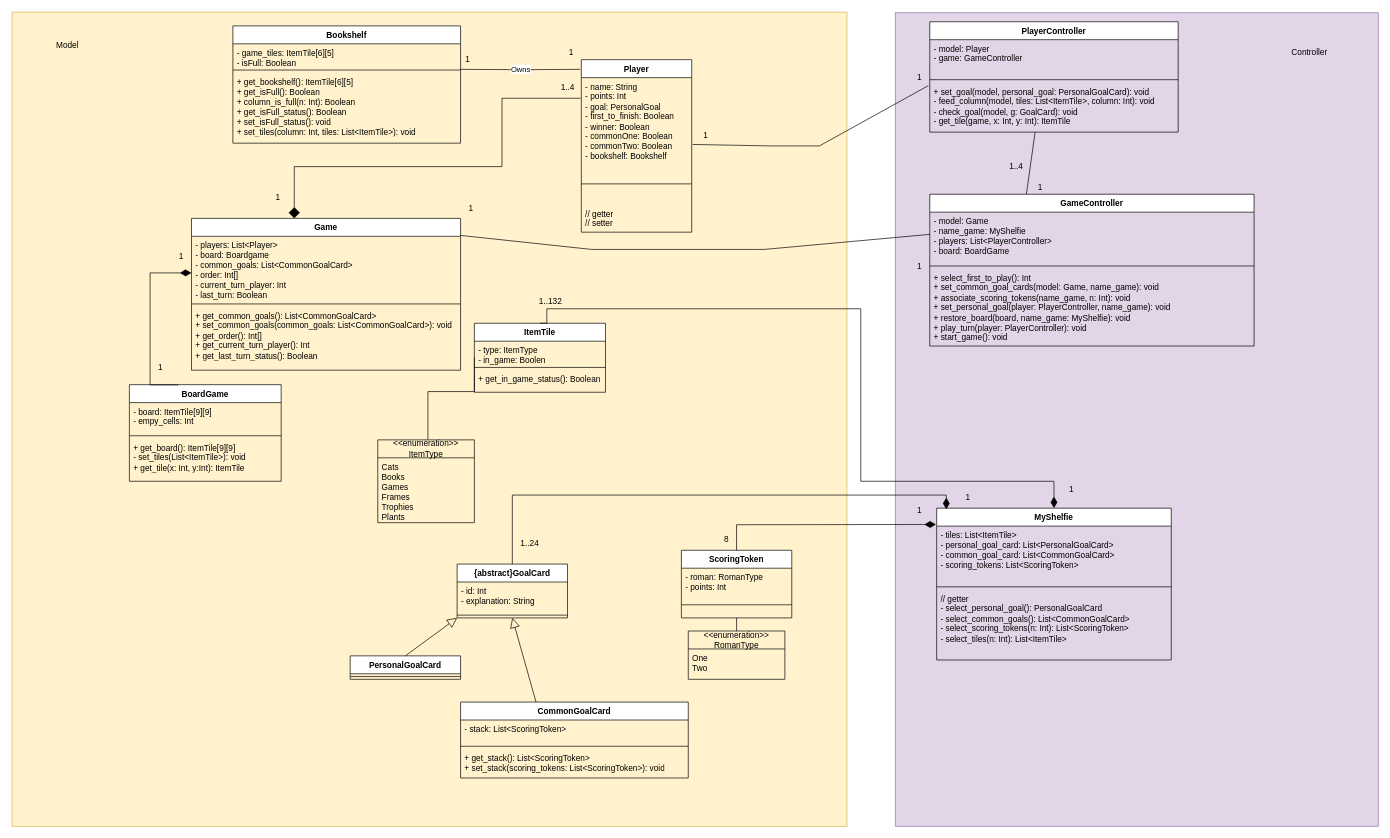
Earlier version of the draw.io diagram deliverable/classdiagram.drawio (andbna10/ing-sw-2023-Gentile-Gangi-Grandi-Isgro). Source tidied: cells renumbered, new cells numbered last; positions are measured from the earlier drawing's top-left corner, leaving out a move shared by most shapes. Both pictures are drawn from the tidied source at 69%, with x=0, y=0 at pixel (12, 12).
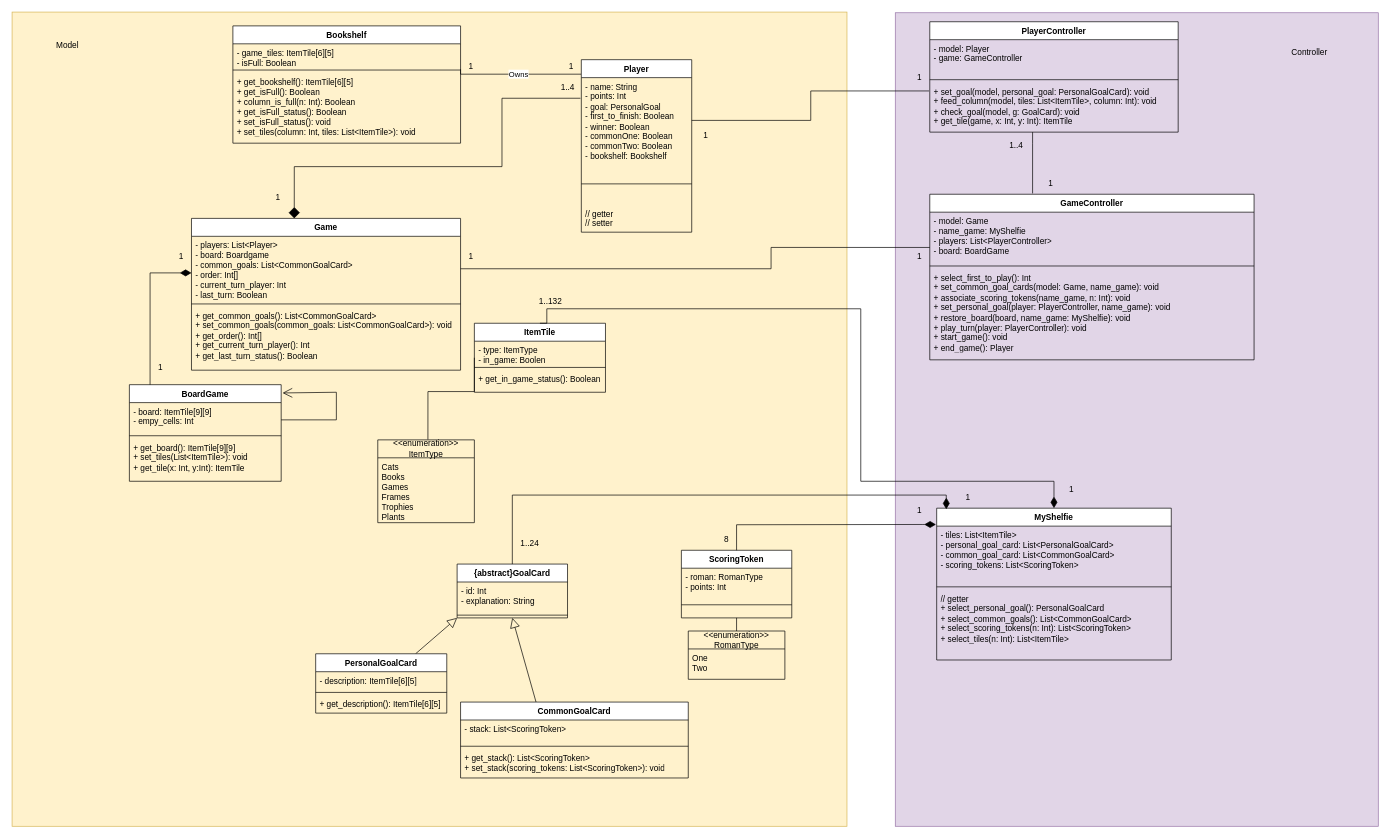
Above is the later version.

Commit message (it also covers changes not shown here):
"classdiagram" and "spiegazione_classdiagram" updated

Unchanged cells that the change refers to:
```xml
<mxCell id="5" value="- model: Game&lt;br&gt;-&amp;nbsp;name_game: MyShelfie&lt;br&gt;- players: List&amp;lt;PlayerController&amp;gt;&lt;br&gt;- board: BoardGame" style="text;strokeColor=none;fillColor=none;align=left;verticalAlign=top;spacingLeft=4;spacingRight=4;overflow=hidden;points=[[0,0.5],[1,0.5]];portConstraint=eastwest;whiteSpace=wrap;html=1;" parent="4" vertex="1">
  <mxGeometry y="26" width="470" height="74" as="geometry" />
</mxCell>
<mxCell id="8" value="PlayerController" style="swimlane;fontStyle=1;align=center;verticalAlign=top;horizontal=1;startSize=26;whiteSpace=wrap;html=1;" parent="1" vertex="1">
  <mxGeometry x="1330" y="14" width="360" height="160" as="geometry" />
</mxCell>
<mxCell id="12" value="BoardGame" style="swimlane;fontStyle=1;align=center;verticalAlign=top;horizontal=1;startSize=26;whiteSpace=wrap;html=1;" parent="1" vertex="1">
  <mxGeometry x="170" y="540" width="220" height="140" as="geometry" />
</mxCell>
<mxCell id="19" value="{abstract}GoalCard" style="swimlane;fontStyle=1;align=center;verticalAlign=top;horizontal=1;startSize=26;whiteSpace=wrap;html=1;" parent="1" vertex="1">
  <mxGeometry x="645" y="800" width="160" height="78" as="geometry" />
</mxCell>
<mxCell id="29" value="MyShelfie" style="swimlane;fontStyle=1;align=center;verticalAlign=top;horizontal=1;startSize=26;whiteSpace=wrap;html=1;" parent="1" vertex="1">
  <mxGeometry x="1340" y="719" width="340" height="220" as="geometry" />
</mxCell>
<mxCell id="51" value="Game" style="swimlane;fontStyle=1;align=center;verticalAlign=top;horizontal=1;startSize=26;whiteSpace=wrap;html=1;" parent="1" vertex="1">
  <mxGeometry x="260" y="299" width="390" height="220" as="geometry" />
</mxCell>
<mxCell id="52" value="- players: List&amp;lt;Player&amp;gt;&lt;br&gt;- board: Boardgame&lt;br&gt;- common_goals: List&amp;lt;CommonGoalCard&amp;gt;&lt;br&gt;- order: Int[]&lt;br&gt;- current_turn_player: Int&lt;br&gt;- last_turn: Boolean" style="text;strokeColor=none;fillColor=none;align=left;verticalAlign=top;spacingLeft=4;spacingRight=4;overflow=hidden;points=[[0,0.5],[1,0.5]];portConstraint=eastwest;whiteSpace=wrap;html=1;" parent="51" vertex="1">
  <mxGeometry y="26" width="390" height="94" as="geometry" />
</mxCell>
<mxCell id="55" value="Player" style="swimlane;fontStyle=1;align=center;verticalAlign=top;horizontal=1;startSize=26;whiteSpace=wrap;html=1;" parent="1" vertex="1">
  <mxGeometry x="825" y="69" width="160" height="250" as="geometry" />
</mxCell>
<mxCell id="56" value="- name: String&lt;br&gt;- points: Int&lt;br&gt;- goal: PersonalGoal&lt;br&gt;- first_to_finish: Boolean&lt;br&gt;- winner: Boolean&lt;br&gt;- commonOne: Boolean&lt;br&gt;- commonTwo: Boolean&lt;br&gt;- bookshelf: Bookshelf" style="text;strokeColor=none;fillColor=none;align=left;verticalAlign=top;spacingLeft=4;spacingRight=4;overflow=hidden;points=[[0,0.5],[1,0.5]];portConstraint=eastwest;whiteSpace=wrap;html=1;" parent="55" vertex="1">
  <mxGeometry y="26" width="160" height="124" as="geometry" />
</mxCell>
```

Change to the diagram source:
```diff
@@
     <mxCell id="4" value="GameController" style="swimlane;fontStyle=1;align=center;verticalAlign=top;horizontal=1;startSize=26;whiteSpace=wrap;html=1;" parent="1" vertex="1">
-      <mxGeometry x="1330" y="264" width="470" height="220" as="geometry" />
+      <mxGeometry x="1330" y="264" width="470" height="240" as="geometry" />
     </mxCell>
@@
-    <mxCell id="7" value="+ select_first_to_play(): Int&lt;br&gt;+ set_common_goal_cards(model: Game, name_game): void&lt;br&gt;+ associate_scoring_tokens(name_game, n: Int): void&lt;br&gt;+ set_personal_goal(player: PlayerController, name_game): void&lt;br&gt;+ restore_board(board, name_game: MyShelfie): void&lt;br&gt;+ play_turn(player: PlayerController): void&lt;br&gt;+ start_game(): void" style="text;strokeColor=none;fillColor=none;align=left;verticalAlign=top;spacingLeft=4;spacingRight=4;overflow=hidden;whiteSpace=wrap;html=1;" parent="4" vertex="1">
-      <mxGeometry y="108" width="470" height="112" as="geometry" />
+    <mxCell id="7" value="+ select_first_to_play(): Int&lt;br&gt;+ set_common_goal_cards(model: Game, name_game): void&lt;br&gt;+ associate_scoring_tokens(name_game, n: Int): void&lt;br&gt;+ set_personal_goal(player: PlayerController, name_game): void&lt;br&gt;+ restore_board(board, name_game: MyShelfie): void&lt;br&gt;+ play_turn(player: PlayerController): void&lt;br&gt;+ start_game(): void&lt;br&gt;+ end_game(): Player" style="text;strokeColor=none;fillColor=none;align=left;verticalAlign=top;spacingLeft=4;spacingRight=4;overflow=hidden;whiteSpace=wrap;html=1;" parent="4" vertex="1">
+      <mxGeometry y="108" width="470" height="132" as="geometry" />
     </mxCell>
@@
-    <mxCell id="11" value="+ set_goal(model, personal_goal: PersonalGoalCard): void&lt;br&gt;- feed_column(model, tiles: List&amp;lt;ItemTile&amp;gt;, column: Int): void&lt;br&gt;- check_goal(model, g: GoalCard): void&lt;br&gt;- get_tile(game, x: Int, y: Int): ItemTile" style="text;strokeColor=none;fillColor=none;align=left;verticalAlign=top;spacingLeft=4;spacingRight=4;overflow=hidden;points=[[0,0.5],[1,0.5]];portConstraint=eastwest;whiteSpace=wrap;html=1;" parent="8" vertex="1">
+    <mxCell id="11" value="+ set_goal(model, personal_goal: PersonalGoalCard): void&lt;br&gt;+ feed_column(model, tiles: List&amp;lt;ItemTile&amp;gt;, column: Int): void&lt;br&gt;+ check_goal(model, g: GoalCard): void&lt;br&gt;+ get_tile(game, x: Int, y: Int): ItemTile" style="text;strokeColor=none;fillColor=none;align=left;verticalAlign=top;spacingLeft=4;spacingRight=4;overflow=hidden;points=[[0,0.5],[1,0.5]];portConstraint=eastwest;whiteSpace=wrap;html=1;" parent="8" vertex="1">
       <mxGeometry y="88" width="360" height="72" as="geometry" />
     </mxCell>
@@
-    <mxCell id="15" value="+ get_board(): ItemTile[9][9]&lt;br&gt;- set_tiles(List&amp;lt;ItemTile&amp;gt;): void&lt;br&gt;+ get_tile(x: Int, y:Int): ItemTile" style="text;strokeColor=none;fillColor=none;align=left;verticalAlign=top;spacingLeft=4;spacingRight=4;overflow=hidden;whiteSpace=wrap;html=1;" parent="12" vertex="1">
+    <mxCell id="15" value="+ get_board(): ItemTile[9][9]&lt;br&gt;+ set_tiles(List&amp;lt;ItemTile&amp;gt;): void&lt;br&gt;+ get_tile(x: Int, y:Int): ItemTile" style="text;strokeColor=none;fillColor=none;align=left;verticalAlign=top;spacingLeft=4;spacingRight=4;overflow=hidden;whiteSpace=wrap;html=1;" parent="12" vertex="1">
       <mxGeometry y="78" width="220" height="62" as="geometry" />
     </mxCell>
@@
-    <mxCell id="22" value="PersonalGoalCard" style="swimlane;fontStyle=1;align=center;verticalAlign=top;horizontal=1;startSize=26;whiteSpace=wrap;html=1;" parent="1" vertex="1">
-      <mxGeometry x="490" y="933" width="160" height="34" as="geometry" />
-    </mxCell>
-    <mxCell id="23" style="line;strokeWidth=1;fillColor=none;align=left;verticalAlign=middle;spacingTop=-1;spacingLeft=3;spacingRight=3;labelPosition=right;strokeColor=inherit;" parent="22" vertex="1">
-      <mxGeometry y="26" width="160" height="8" as="geometry" />
-    </mxCell>
-    <mxCell id="24" style="endArrow=block;endFill=0;endSize=12;html=1;rounded=0;exitX=0.5;exitY=0;exitDx=0;exitDy=0;entryX=0;entryY=1;entryDx=0;entryDy=0;" parent="1" edge="1" source="22" target="19">
+    <mxCell id="24" style="endArrow=block;endFill=0;endSize=12;html=1;rounded=0;entryX=0;entryY=1;entryDx=0;entryDy=0;" parent="1" edge="1" source="22" target="19">
       <mxGeometry relative="1" as="geometry" />
     </mxCell>
@@
-    <mxCell id="32" value="// getter&lt;br&gt;- select_personal_goal(): PersonalGoalCard&lt;br&gt;- select_common_goals(): List&amp;lt;CommonGoalCard&amp;gt;&lt;br&gt;- select_scoring_tokens(n: Int): List&amp;lt;ScoringToken&amp;gt;&lt;br&gt;- select_tiles(n: Int): List&amp;lt;ItemTile&amp;gt;" style="text;strokeColor=none;fillColor=none;align=left;verticalAlign=top;spacingLeft=4;spacingRight=4;overflow=hidden;whiteSpace=wrap;html=1;" parent="29" vertex="1">
+    <mxCell id="32" value="// getter&lt;br&gt;+ select_personal_goal(): PersonalGoalCard&lt;br&gt;+ select_common_goals(): List&amp;lt;CommonGoalCard&amp;gt;&lt;br&gt;+ select_scoring_tokens(n: Int): List&amp;lt;ScoringToken&amp;gt;&lt;br&gt;+ select_tiles(n: Int): List&amp;lt;ItemTile&amp;gt;" style="text;strokeColor=none;fillColor=none;align=left;verticalAlign=top;spacingLeft=4;spacingRight=4;overflow=hidden;whiteSpace=wrap;html=1;" parent="29" vertex="1">
       <mxGeometry y="118" width="340" height="102" as="geometry" />
     </mxCell>
@@
-    <mxCell id="39" value="Owns" style="endArrow=none;html=1;endSize=12;startArrow=none;startSize=14;startFill=0;edgeStyle=orthogonalEdgeStyle;rounded=0;endFill=0;entryX=-0.012;entryY=0.056;entryDx=0;entryDy=0;entryPerimeter=0;" parent="1" edge="1" target="55">
+    <mxCell id="39" value="Owns" style="endArrow=none;html=1;endSize=12;startArrow=none;startSize=14;startFill=0;edgeStyle=orthogonalEdgeStyle;rounded=0;endFill=0;entryX=-0.002;entryY=0.084;entryDx=0;entryDy=0;entryPerimeter=0;" parent="1" edge="1" target="55">
       <mxGeometry relative="1" as="geometry">
         <mxPoint x="650" y="83" as="sourcePoint" />
+        <Array as="points">
+          <mxPoint x="650" y="90" />
+        </Array>
       </mxGeometry>
     </mxCell>
     <mxCell id="40" value="1" style="text;html=1;align=center;verticalAlign=middle;strokeColor=none;fillColor=none;" parent="1" vertex="1">
-      <mxGeometry x="645" y="54" width="30" height="30" as="geometry" />
+      <mxGeometry x="650" y="64" width="30" height="30" as="geometry" />
     </mxCell>
     <mxCell id="41" value="1" style="text;html=1;align=center;verticalAlign=middle;strokeColor=none;fillColor=none;" parent="1" vertex="1">
-      <mxGeometry x="795" y="43" width="30" height="30" as="geometry" />
+      <mxGeometry x="795" y="64" width="30" height="30" as="geometry" />
     </mxCell>
@@
-    <mxCell id="63" style="endArrow=none;html=1;endSize=12;startArrow=diamondThin;startSize=14;startFill=1;edgeStyle=orthogonalEdgeStyle;align=left;verticalAlign=bottom;rounded=0;endFill=0;entryX=0.323;entryY=0.002;entryDx=0;entryDy=0;entryPerimeter=0;" parent="1" edge="1" target="12">
+    <mxCell id="63" style="endArrow=none;html=1;endSize=12;startArrow=diamondThin;startSize=14;startFill=1;edgeStyle=orthogonalEdgeStyle;align=left;verticalAlign=bottom;rounded=0;endFill=0;" parent="1" edge="1">
       <mxGeometry x="-0.71" y="-20" relative="1" as="geometry">
         <mxPoint x="260" y="378" as="sourcePoint" />
+        <mxPoint x="200" y="540" as="targetPoint" />
         <Array as="points">
           <mxPoint x="200" y="378" />
           <mxPoint x="200" y="540" />
         </Array>
       </mxGeometry>
     </mxCell>
-    <mxCell id="64" style="endArrow=none;html=1;rounded=0;entryX=0;entryY=0.435;entryDx=0;entryDy=0;entryPerimeter=0;exitX=0.999;exitY=0.112;exitDx=0;exitDy=0;exitPerimeter=0;" parent="1" edge="1" source="51" target="5">
-      <mxGeometry relative="1" as="geometry">
-        <Array as="points">
-          <mxPoint x="840" y="344" />
-          <mxPoint x="1080" y="344" />
-          <mxPoint x="1090" y="344" />
-        </Array>
-      </mxGeometry>
-    </mxCell>
-    <mxCell id="65" style="endArrow=none;html=1;rounded=0;entryX=-0.006;entryY=0.065;entryDx=0;entryDy=0;exitX=1.008;exitY=0.781;exitDx=0;exitDy=0;exitPerimeter=0;entryPerimeter=0;" parent="1" edge="1" source="56" target="11">
-      <mxGeometry relative="1" as="geometry">
-        <Array as="points">
-          <mxPoint x="1100" y="194" />
-          <mxPoint x="1150" y="194" />
-          <mxPoint x="1170" y="194" />
-        </Array>
-      </mxGeometry>
-    </mxCell>
     <mxCell id="66" value="1" style="text;html=1;align=center;verticalAlign=middle;strokeColor=none;fillColor=none;" parent="1" vertex="1">
-      <mxGeometry x="650" y="270" width="30" height="30" as="geometry" />
+      <mxGeometry x="650" y="340" width="30" height="30" as="geometry" />
     </mxCell>
@@
     <mxCell id="69" value="1" style="text;html=1;align=center;verticalAlign=middle;strokeColor=none;fillColor=none;" parent="1" vertex="1">
-      <mxGeometry x="1300" y="354" width="30" height="30" as="geometry" />
+      <mxGeometry x="1300" y="340" width="30" height="30" as="geometry" />
     </mxCell>
@@
-    <mxCell id="73" style="endArrow=none;html=1;rounded=0;entryX=0.424;entryY=1;entryDx=0;entryDy=0;entryPerimeter=0;" parent="1" edge="1" target="11">
-      <mxGeometry relative="1" as="geometry">
-        <mxPoint x="1470" y="264" as="sourcePoint" />
-      </mxGeometry>
-    </mxCell>
     <mxCell id="74" value="1..4" style="text;html=1;align=center;verticalAlign=middle;strokeColor=none;fillColor=none;" parent="1" vertex="1">
-      <mxGeometry x="1435" y="209" width="40" height="30" as="geometry" />
+      <mxGeometry x="1435" y="179" width="40" height="30" as="geometry" />
     </mxCell>
     <mxCell id="75" value="1" style="text;html=1;align=center;verticalAlign=middle;strokeColor=none;fillColor=none;" parent="1" vertex="1">
-      <mxGeometry x="1475" y="239" width="30" height="30" as="geometry" />
+      <mxGeometry x="1490" y="234" width="30" height="30" as="geometry" />
     </mxCell>
@@
+    <mxCell id="65" style="edgeStyle=orthogonalEdgeStyle;rounded=0;jettySize=auto;html=1;entryX=-0.003;entryY=0.171;entryDx=0;entryDy=0;entryPerimeter=0;endArrow=none;endFill=0;" parent="1" edge="1" source="56" target="11">
+      <mxGeometry relative="1" as="geometry" />
+    </mxCell>
+    <mxCell id="85" style="edgeStyle=orthogonalEdgeStyle;rounded=0;jettySize=auto;html=1;entryX=0;entryY=0.691;entryDx=0;entryDy=0;entryPerimeter=0;endArrow=none;endFill=0;" parent="1" edge="1" source="52" target="5">
+      <mxGeometry relative="1" as="geometry">
+        <Array as="points">
+          <mxPoint x="1100" y="372" />
+          <mxPoint x="1100" y="341" />
+        </Array>
+      </mxGeometry>
+    </mxCell>
+    <mxCell id="86" style="edgeStyle=orthogonalEdgeStyle;rounded=0;orthogonalLoop=1;jettySize=auto;html=1;entryX=1.008;entryY=0.073;entryDx=0;entryDy=0;entryPerimeter=0;startArrow=none;startFill=0;strokeWidth=1;startSize=14;endSize=12;endArrow=open;endFill=0;" parent="1" edge="1">
+      <mxGeometry relative="1" as="geometry">
+        <mxPoint x="390" y="591" as="sourcePoint" />
+        <mxPoint x="392" y="552" as="targetPoint" />
+        <Array as="points">
+          <mxPoint x="470" y="591" />
+          <mxPoint x="470" y="551" />
+          <mxPoint x="392" y="551" />
+        </Array>
+      </mxGeometry>
+    </mxCell>
+    <mxCell id="22" value="PersonalGoalCard" style="swimlane;fontStyle=1;align=center;verticalAlign=top;horizontal=1;startSize=26;whiteSpace=wrap;html=1;" parent="1" vertex="1">
+      <mxGeometry x="440" y="930" width="190" height="86" as="geometry" />
+    </mxCell>
+    <mxCell id="87" value="- description: ItemTile[6][5]" style="text;strokeColor=none;fillColor=none;align=left;verticalAlign=top;spacingLeft=4;spacingRight=4;overflow=hidden;whiteSpace=wrap;html=1;" parent="22" vertex="1">
+      <mxGeometry y="26" width="190" height="26" as="geometry" />
+    </mxCell>
+    <mxCell id="88" style="line;strokeWidth=1;fillColor=none;align=left;verticalAlign=middle;spacingTop=-1;spacingLeft=3;spacingRight=3;labelPosition=right;strokeColor=inherit;" parent="22" vertex="1">
+      <mxGeometry y="52" width="190" height="8" as="geometry" />
+    </mxCell>
+    <mxCell id="89" value="+ get_description(): ItemTile[6][5]" style="text;strokeColor=none;fillColor=none;align=left;verticalAlign=top;spacingLeft=4;spacingRight=4;overflow=hidden;whiteSpace=wrap;html=1;" parent="22" vertex="1">
+      <mxGeometry y="60" width="190" height="26" as="geometry" />
+    </mxCell>
+    <mxCell id="90" style="edgeStyle=orthogonalEdgeStyle;rounded=0;jettySize=auto;html=1;entryX=0.317;entryY=-0.005;entryDx=0;entryDy=0;entryPerimeter=0;endArrow=none;endFill=0;" parent="1" edge="1" source="11" target="4">
+      <mxGeometry relative="1" as="geometry">
+        <Array as="points">
+          <mxPoint x="1479" y="190" />
+          <mxPoint x="1479" y="190" />
+        </Array>
+      </mxGeometry>
+    </mxCell>
```
